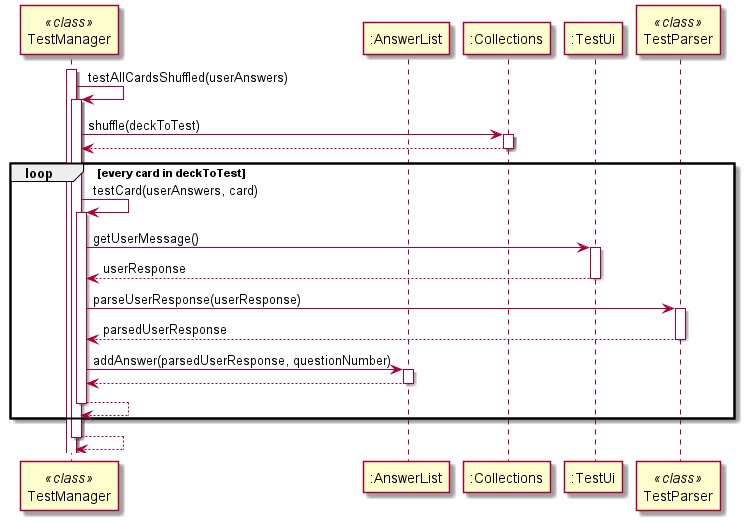
Above: docs/assets/testAllCardsShuffledSequenceDiagram.png in xkisxk/tp (PlantUML), before the change.
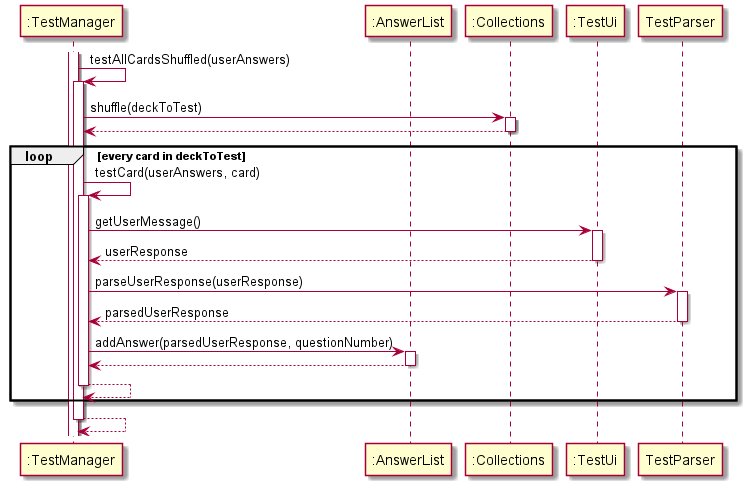
The same diagram one commit later.

What changed in the source:
```diff
@@ -1,9 +1,9 @@
 @startuml
-participant "TestManager" as TestManager << class >>
+participant ":TestManager" as TestManager
 participant ":AnswerList" as AnswerList
 participant ":Collections" as Collections
 participant ":TestUi" as TestUi
-participant "TestParser" as TestParser << class >>
+participant "TestParser" as TestParser
 
 activate TestManager
 
```
